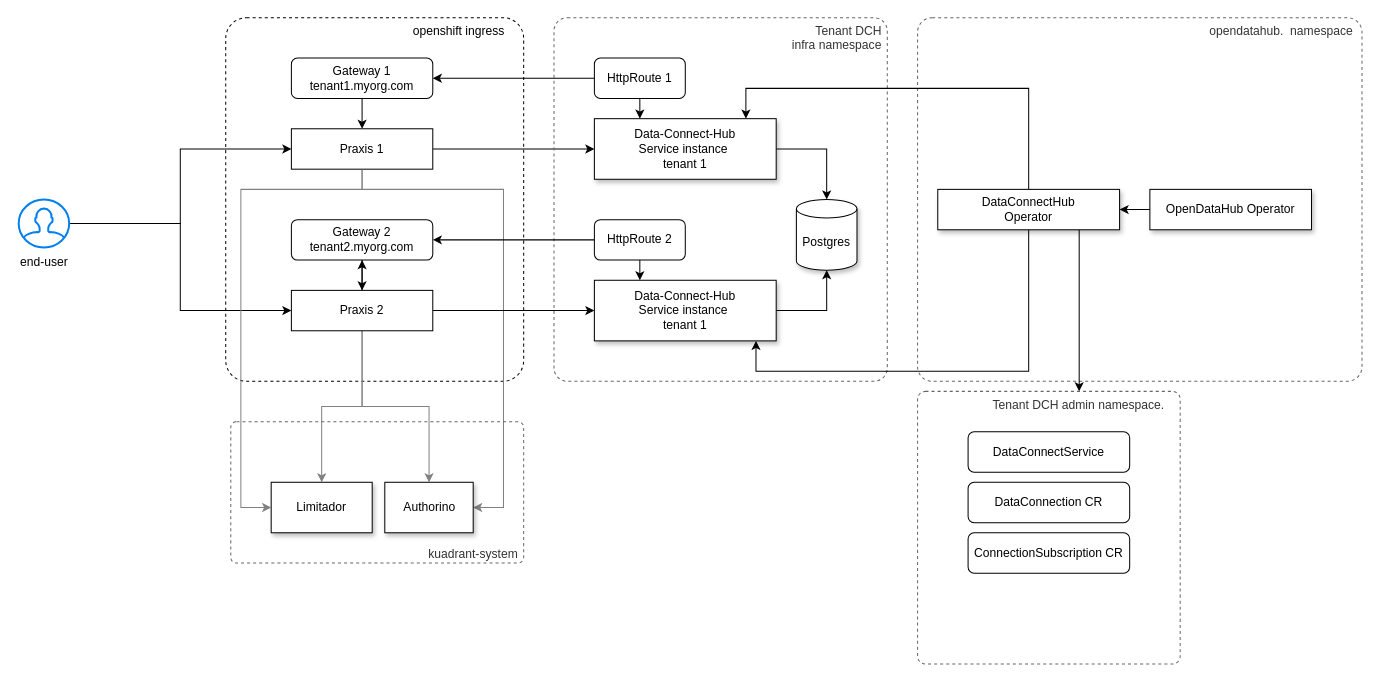
opendatahub-io/architecture-decision-records keeps this draw.io diagram as page "hard-tenancy" (3 of 5) of architecture-decision-records/data-connect-hub/diagrams/Connections.drawio. Above is the earlier version. Source tidied: cells renumbered, new cells numbered last; positions are measured from the earlier drawing's top-left corner, leaving out a move shared by most shapes. Both pictures are drawn from the tidied source at 101%, with x=0, y=0 at pixel (18, 17).
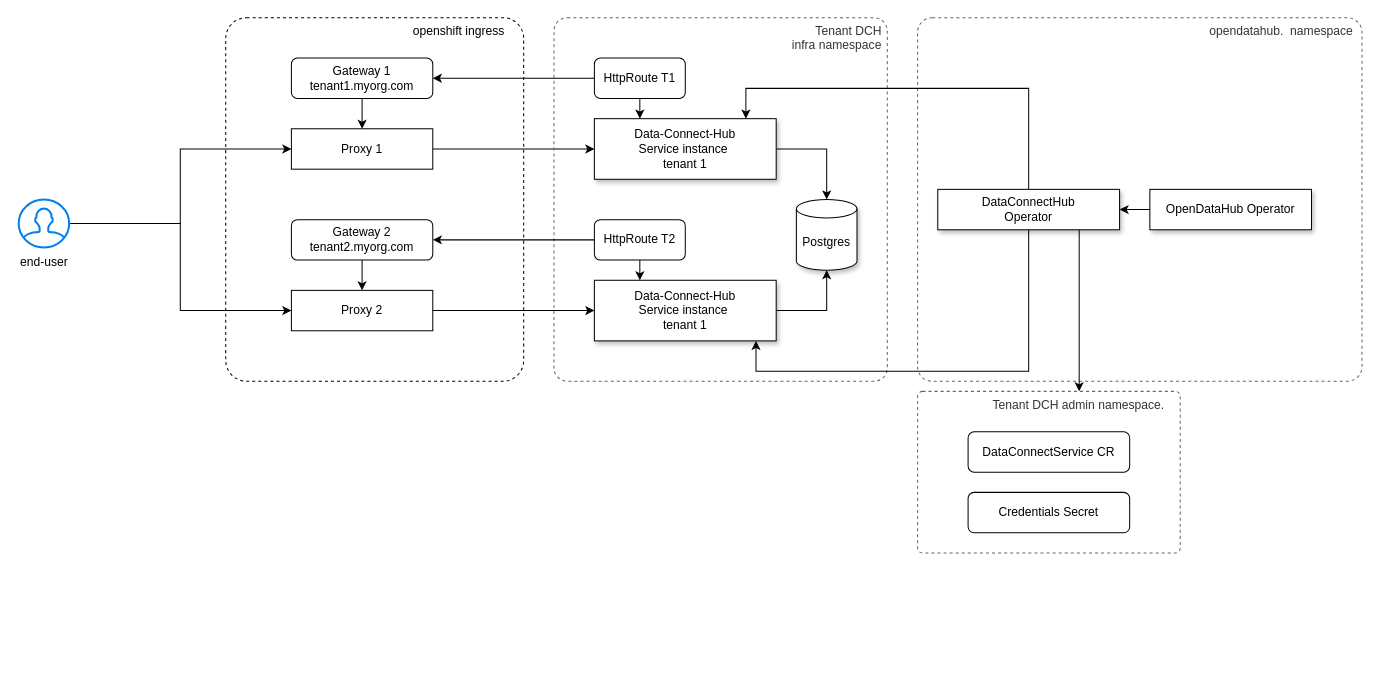
After the change.

Unchanged cells that the change refers to:
```xml
<mxCell id="9" value="Gateway 2&lt;div&gt;tenant2.myorg.com&lt;/div&gt;" style="rounded=1;whiteSpace=wrap;html=1;" parent="1" vertex="1">
  <mxGeometry x="270" y="200" width="140" height="40" as="geometry" />
</mxCell>
```

Change to the diagram source:
```diff
@@
-    <mxCell id="6" style="edgeStyle=orthogonalEdgeStyle;rounded=0;jettySize=auto;html=1;strokeColor=#808080;" parent="1" edge="1" source="7" target="38">
-      <mxGeometry relative="1" as="geometry">
-        <Array as="points">
-          <mxPoint x="340" y="170" />
-          <mxPoint x="480" y="170" />
-          <mxPoint x="480" y="485" />
-        </Array>
-      </mxGeometry>
-    </mxCell>
-    <mxCell id="7" value="Praxis 1" style="rounded=0;whiteSpace=wrap;html=1;" parent="1" vertex="1">
+    <mxCell id="7" value="Proxy 1" style="rounded=0;whiteSpace=wrap;html=1;" parent="1" vertex="1">
       <mxGeometry x="270" y="110" width="140" height="40" as="geometry" />
     </mxCell>
@@
-    <mxCell id="11" style="edgeStyle=orthogonalEdgeStyle;rounded=0;jettySize=auto;html=1;strokeColor=#808080;" parent="1" edge="1" source="14" target="39">
-      <mxGeometry relative="1" as="geometry" />
-    </mxCell>
-    <mxCell id="12" style="edgeStyle=orthogonalEdgeStyle;rounded=0;jettySize=auto;html=1;strokeColor=#808080;" parent="1" edge="1" source="14" target="38">
-      <mxGeometry relative="1" as="geometry" />
-    </mxCell>
-    <mxCell id="13" style="edgeStyle=orthogonalEdgeStyle;rounded=0;jettySize=auto;html=1;" parent="1" edge="1" source="14" target="9">
-      <mxGeometry relative="1" as="geometry" />
-    </mxCell>
-    <mxCell id="14" value="Praxis 2" style="rounded=0;whiteSpace=wrap;html=1;" parent="1" vertex="1">
+    <mxCell id="14" value="Proxy 2" style="rounded=0;whiteSpace=wrap;html=1;" parent="1" vertex="1">
       <mxGeometry x="270" y="270" width="140" height="40" as="geometry" />
     </mxCell>
@@
-    <mxCell id="33" value="HttpRoute 1" style="rounded=1;whiteSpace=wrap;html=1;" parent="1" vertex="1">
+    <mxCell id="33" value="HttpRoute T1" style="rounded=1;whiteSpace=wrap;html=1;" parent="1" vertex="1">
       <mxGeometry x="570" y="40" width="90" height="40" as="geometry" />
     </mxCell>
@@
-    <mxCell id="36" value="HttpRoute 2" style="rounded=1;whiteSpace=wrap;html=1;" parent="1" vertex="1">
+    <mxCell id="36" value="HttpRoute T2" style="rounded=1;whiteSpace=wrap;html=1;" parent="1" vertex="1">
       <mxGeometry x="570" y="200" width="90" height="40" as="geometry" />
     </mxCell>
-    <mxCell id="37" value="kuadrant-system&amp;nbsp;" style="rounded=1;whiteSpace=wrap;html=1;verticalAlign=bottom;align=right;dashed=1;arcSize=4;fillColor=none;fontColor=#333333;strokeColor=#666666;strokeWidth=1;" parent="1" vertex="1">
-      <mxGeometry x="210" y="400" width="290" height="140" as="geometry" />
-    </mxCell>
-    <mxCell id="38" value="Authorino" style="rounded=0;whiteSpace=wrap;html=1;shadow=1;" parent="1" vertex="1">
-      <mxGeometry x="362.5" y="460" width="87.5" height="50" as="geometry" />
-    </mxCell>
-    <mxCell id="39" value="Limitador" style="rounded=0;whiteSpace=wrap;html=1;shadow=1;" parent="1" vertex="1">
-      <mxGeometry x="250" y="460" width="100" height="50" as="geometry" />
-    </mxCell>
-    <mxCell id="40" style="edgeStyle=orthogonalEdgeStyle;rounded=0;jettySize=auto;html=1;strokeColor=#808080;" parent="1" edge="1" source="7" target="39">
-      <mxGeometry relative="1" as="geometry">
-        <Array as="points">
-          <mxPoint x="340" y="170" />
-          <mxPoint x="220" y="170" />
-          <mxPoint x="220" y="485" />
-        </Array>
-      </mxGeometry>
-    </mxCell>
     <mxCell id="41" value="Tenant DCH admin namespace.&amp;nbsp; &amp;nbsp;&amp;nbsp;" style="rounded=1;whiteSpace=wrap;html=1;verticalAlign=top;align=right;dashed=1;arcSize=3;fillColor=none;fontColor=#333333;strokeColor=#666666;strokeWidth=1;" parent="1" vertex="1">
-      <mxGeometry x="890" y="370" width="260" height="270" as="geometry" />
+      <mxGeometry x="890" y="370" width="260" height="160" as="geometry" />
     </mxCell>
-    <mxCell id="42" value="DataConnectService" style="rounded=1;whiteSpace=wrap;html=1;" parent="1" vertex="1">
+    <mxCell id="42" value="DataConnectService CR" style="rounded=1;whiteSpace=wrap;html=1;" parent="1" vertex="1">
       <mxGeometry x="940" y="410" width="160" height="40" as="geometry" />
     </mxCell>
-    <mxCell id="43" value="DataConnection CR" style="rounded=1;whiteSpace=wrap;html=1;" parent="1" vertex="1">
-      <mxGeometry x="940" y="460" width="160" height="40" as="geometry" />
-    </mxCell>
-    <mxCell id="44" value="ConnectionSubscription CR" style="rounded=1;whiteSpace=wrap;html=1;" parent="1" vertex="1">
-      <mxGeometry x="940" y="510" width="160" height="40" as="geometry" />
-    </mxCell>
+    <mxCell id="45" value="Credentials Secret" style="rounded=1;whiteSpace=wrap;html=1;" parent="1" vertex="1">
+      <mxGeometry x="940" y="470" width="160" height="40" as="geometry" />
+    </mxCell>
```
